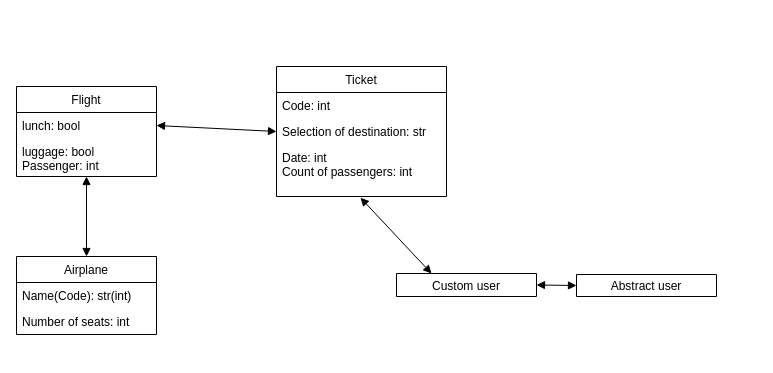
Above: diagrams/db_diagram.drawio in Kagaru1212/DjangoAir-ERP (draw.io), before the change. Source tidied: cells renumbered, new cells numbered last; positions are measured from the earlier drawing's top-left corner, leaving out a move shared by most shapes. Both pictures are drawn from the tidied source at 100%, with x=0, y=0 at pixel (16, 66).
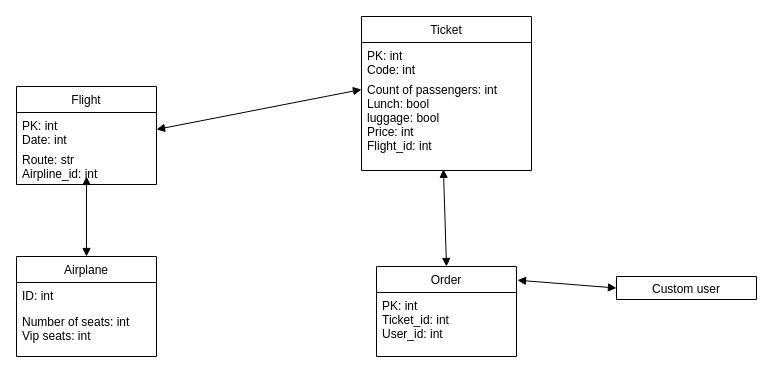
The same page after the edit.

What changed in the source:
```diff
@@
 <mxGraphModel>
   <root>
     <mxCell id="0" />
     <mxCell id="1" parent="0" />
-    <mxCell id="2" value="Abstract user" style="swimlane;fontStyle=0;horizontal=1;startSize=26;fillColor=none;" parent="1" vertex="1">
-      <mxGeometry x="560" y="208" width="140" height="22" as="geometry" />
-    </mxCell>
     <mxCell id="3" value="Custom user" style="swimlane;fontStyle=0;horizontal=1;startSize=26;fillColor=none;" parent="1" vertex="1">
-      <mxGeometry x="380" y="207" width="140" height="23" as="geometry" />
+      <mxGeometry x="600" y="210" width="140" height="23" as="geometry" />
     </mxCell>
-    <mxCell id="4" style="endArrow=block;startArrow=block;endFill=1;startFill=1;html=1;rounded=0;exitX=1;exitY=0.5;exitDx=0;exitDy=0;entryX=0;entryY=0.5;entryDx=0;entryDy=0;" parent="1" edge="1" source="3" target="2">
-      <mxGeometry relative="1" as="geometry" />
-    </mxCell>
     <mxCell id="5" value="Ticket" style="swimlane;fontStyle=0;horizontal=1;startSize=26;fillColor=none;" parent="1" vertex="1">
-      <mxGeometry x="260" width="170" height="130" as="geometry" />
+      <mxGeometry x="345" y="-50" width="170" height="154" as="geometry" />
     </mxCell>
-    <mxCell id="6" value="Code: int" style="text;strokeColor=none;fillColor=none;align=left;verticalAlign=top;spacingLeft=4;spacingRight=4;overflow=hidden;" parent="5" vertex="1">
-      <mxGeometry y="26" width="170" height="26" as="geometry" />
+    <mxCell id="6" value="PK: int&#10;Code: int" style="text;strokeColor=none;fillColor=none;align=left;verticalAlign=top;spacingLeft=4;spacingRight=4;overflow=hidden;" parent="5" vertex="1">
+      <mxGeometry y="26" width="170" height="34" as="geometry" />
     </mxCell>
-    <mxCell id="7" value="Selection of destination: str" style="text;strokeColor=none;fillColor=none;align=left;verticalAlign=top;spacingLeft=4;spacingRight=4;overflow=hidden;points=[[0,0.5],[1,0.5]];portConstraint=eastwest;" parent="5" vertex="1">
-      <mxGeometry y="52" width="170" height="26" as="geometry" />
-    </mxCell>
-    <mxCell id="8" value="Date: int&#10;Count of passengers: int" style="text;strokeColor=none;fillColor=none;align=left;verticalAlign=top;spacingLeft=4;spacingRight=4;overflow=hidden;points=[[0,0.5],[1,0.5]];portConstraint=eastwest;" parent="5" vertex="1">
-      <mxGeometry y="78" width="170" height="52" as="geometry" />
+    <mxCell id="8" value="Count of passengers: int&#10;Lunch: bool&#10;luggage: bool&#10;Price: int&#10;Flight_id: int" style="text;strokeColor=none;fillColor=none;align=left;verticalAlign=top;spacingLeft=4;spacingRight=4;overflow=hidden;points=[[0,0.5],[1,0.5]];portConstraint=eastwest;" parent="5" vertex="1">
+      <mxGeometry y="60" width="170" height="94" as="geometry" />
     </mxCell>
-    <mxCell id="9" style="endArrow=block;startArrow=block;endFill=1;startFill=1;html=1;rounded=0;fontFamily=Helvetica;fontSize=12;fontColor=default;entryX=0.25;entryY=0;entryDx=0;entryDy=0;exitX=0.494;exitY=1.024;exitDx=0;exitDy=0;exitPerimeter=0;" parent="1" edge="1" source="8" target="3">
+    <mxCell id="9" style="endArrow=block;startArrow=block;endFill=1;startFill=1;html=1;rounded=0;fontFamily=Helvetica;fontSize=12;fontColor=default;entryX=0.5;entryY=0;entryDx=0;entryDy=0;exitX=0.482;exitY=0.988;exitDx=0;exitDy=0;exitPerimeter=0;" parent="1" edge="1" source="8" target="19">
       <mxGeometry relative="1" as="geometry" />
     </mxCell>
     <mxCell id="10" value="Airplane" style="swimlane;fontStyle=0;horizontal=1;startSize=26;fillColor=none;fontFamily=Helvetica;fontSize=12;fontColor=default;" parent="1" vertex="1">
-      <mxGeometry y="190" width="140" height="78" as="geometry" />
+      <mxGeometry y="190" width="140" height="100" as="geometry" />
     </mxCell>
-    <mxCell id="11" value="Name(Code): str(int)" style="text;strokeColor=none;fillColor=none;align=left;verticalAlign=top;spacingLeft=4;spacingRight=4;overflow=hidden;fontFamily=Helvetica;fontSize=12;fontColor=default;" parent="10" vertex="1">
+    <mxCell id="11" value="ID: int" style="text;strokeColor=none;fillColor=none;align=left;verticalAlign=top;spacingLeft=4;spacingRight=4;overflow=hidden;fontFamily=Helvetica;fontSize=12;fontColor=default;" parent="10" vertex="1">
       <mxGeometry y="26" width="140" height="26" as="geometry" />
     </mxCell>
-    <mxCell id="12" value="Number of seats: int" style="text;strokeColor=none;fillColor=none;align=left;verticalAlign=top;spacingLeft=4;spacingRight=4;overflow=hidden;fontFamily=Helvetica;fontSize=12;fontColor=default;" parent="10" vertex="1">
-      <mxGeometry y="52" width="140" height="26" as="geometry" />
+    <mxCell id="12" value="Number of seats: int&#10;Vip seats: int" style="text;strokeColor=none;fillColor=none;align=left;verticalAlign=top;spacingLeft=4;spacingRight=4;overflow=hidden;fontFamily=Helvetica;fontSize=12;fontColor=default;" parent="10" vertex="1">
+      <mxGeometry y="52" width="140" height="48" as="geometry" />
     </mxCell>
-    <mxCell id="13" style="endArrow=block;startArrow=block;endFill=1;startFill=1;html=1;rounded=0;fontFamily=Helvetica;fontSize=12;fontColor=default;exitX=1;exitY=0.5;exitDx=0;exitDy=0;entryX=0;entryY=0.5;entryDx=0;entryDy=0;" parent="1" edge="1" source="15" target="7">
-      <mxGeometry relative="1" as="geometry" />
+    <mxCell id="13" style="endArrow=block;startArrow=block;endFill=1;startFill=1;html=1;rounded=0;fontFamily=Helvetica;fontSize=12;fontColor=default;exitX=1;exitY=0.5;exitDx=0;exitDy=0;entryX=0;entryY=0.5;entryDx=0;entryDy=0;" parent="1" edge="1" source="15">
+      <mxGeometry relative="1" as="geometry">
+        <mxPoint x="345" y="23" as="targetPoint" />
+      </mxGeometry>
     </mxCell>
     <mxCell id="14" value="Flight" style="swimlane;fontStyle=0;horizontal=1;startSize=26;fillColor=none;fontFamily=Helvetica;fontSize=12;fontColor=default;" parent="1" vertex="1">
-      <mxGeometry y="20" width="140" height="90" as="geometry" />
+      <mxGeometry y="20" width="140" height="98" as="geometry" />
     </mxCell>
-    <mxCell id="15" value="lunch: bool" style="text;strokeColor=none;fillColor=none;align=left;verticalAlign=top;spacingLeft=4;spacingRight=4;overflow=hidden;points=[[0,0.5],[1,0.5]];portConstraint=eastwest;fontFamily=Helvetica;fontSize=12;fontColor=default;" parent="14" vertex="1">
-      <mxGeometry y="26" width="140" height="26" as="geometry" />
+    <mxCell id="15" value="PK: int&#10;Date: int" style="text;strokeColor=none;fillColor=none;align=left;verticalAlign=top;spacingLeft=4;spacingRight=4;overflow=hidden;points=[[0,0.5],[1,0.5]];portConstraint=eastwest;fontFamily=Helvetica;fontSize=12;fontColor=default;" parent="14" vertex="1">
+      <mxGeometry y="26" width="140" height="34" as="geometry" />
     </mxCell>
-    <mxCell id="16" value="luggage: bool&#10;Passenger: int" style="text;strokeColor=none;fillColor=none;align=left;verticalAlign=top;spacingLeft=4;spacingRight=4;overflow=hidden;fontFamily=Helvetica;fontSize=12;fontColor=default;" parent="14" vertex="1">
-      <mxGeometry y="52" width="140" height="38" as="geometry" />
+    <mxCell id="16" value="Route: str&#10;Airpline_id: int" style="text;strokeColor=none;fillColor=none;align=left;verticalAlign=top;spacingLeft=4;spacingRight=4;overflow=hidden;fontFamily=Helvetica;fontSize=12;fontColor=default;" parent="14" vertex="1">
+      <mxGeometry y="60" width="140" height="38" as="geometry" />
     </mxCell>
     <mxCell id="17" style="endArrow=block;startArrow=block;endFill=1;startFill=1;html=1;rounded=0;exitX=0.5;exitY=0;exitDx=0;exitDy=0;" parent="1" edge="1" source="10">
       <mxGeometry relative="1" as="geometry">
         <mxPoint x="70" y="110" as="targetPoint" />
       </mxGeometry>
     </mxCell>
+    <mxCell id="18" style="endArrow=block;startArrow=block;endFill=1;startFill=1;html=1;rounded=0;entryX=0;entryY=0.5;entryDx=0;entryDy=0;exitX=1.007;exitY=-0.192;exitDx=0;exitDy=0;exitPerimeter=0;" parent="1" edge="1" source="20" target="3">
+      <mxGeometry relative="1" as="geometry" />
+    </mxCell>
+    <mxCell id="19" value="Order" style="swimlane;fontStyle=0;horizontal=1;startSize=26;fillColor=none;" parent="1" vertex="1">
+      <mxGeometry x="360" y="200" width="140" height="90" as="geometry" />
+    </mxCell>
+    <mxCell id="20" value="PK: int&#10;Ticket_id: int&#10;User_id: int" style="text;strokeColor=none;fillColor=none;align=left;verticalAlign=top;spacingLeft=4;spacingRight=4;overflow=hidden;points=[[0,0.5],[1,0.5]];portConstraint=eastwest;" parent="19" vertex="1">
+      <mxGeometry y="26" width="140" height="64" as="geometry" />
+    </mxCell>
   </root>
 </mxGraphModel>
```
